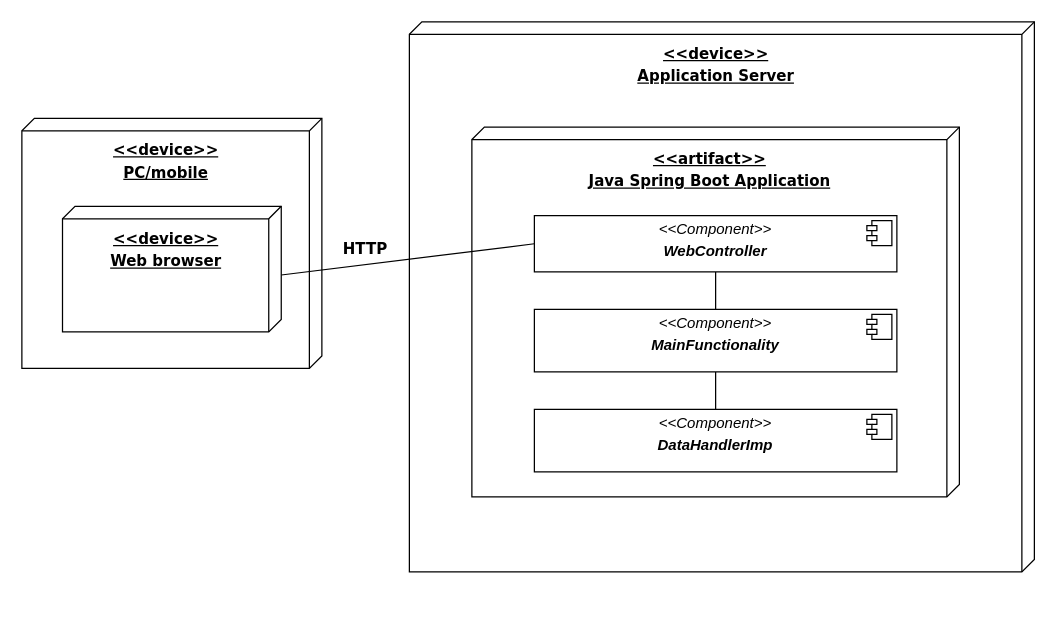
Earlier version of the draw.io diagram Deployment Diagram.drawio (denislavPetkov/PTS). Source tidied: cells renumbered, new cells numbered last; positions are measured from the earlier drawing's top-left corner, leaving out a move shared by most shapes. Both pictures are drawn from the tidied source at 125%, with x=0, y=0 at pixel (21, 21).
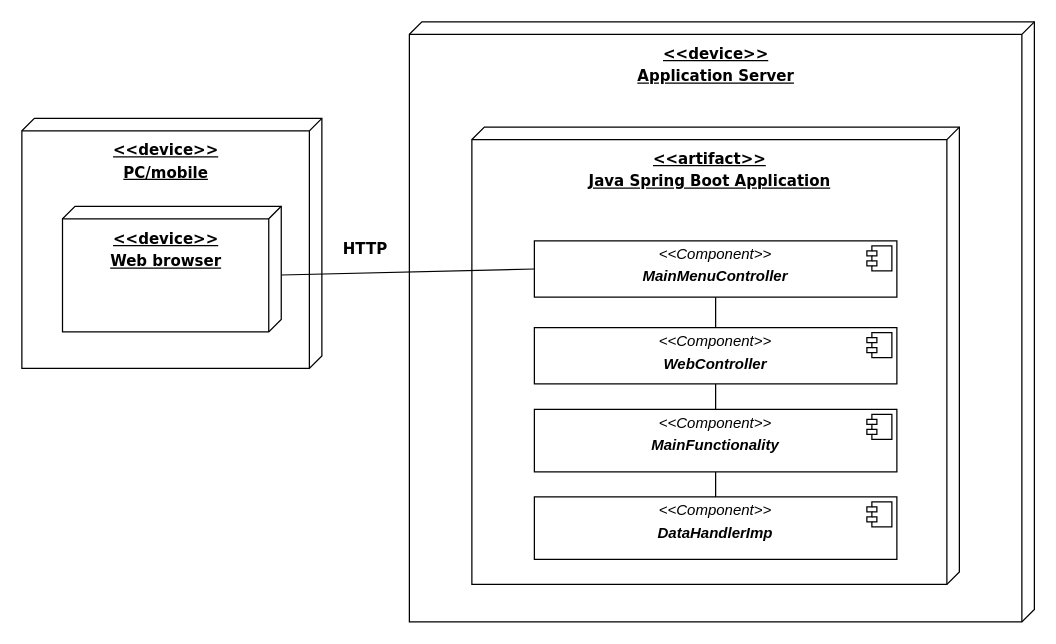
Above is the later version.

Unchanged cells that the change refers to:
```xml
<mxCell id="11" value="&lt;p style=&quot;margin: 4px 0px 0px&quot;&gt;&lt;b&gt;&amp;lt;&amp;lt;device&amp;gt;&amp;gt;&lt;br&gt;&lt;/b&gt;&lt;/p&gt;&lt;p style=&quot;margin: 4px 0px 0px&quot;&gt;&lt;b&gt;Web browser&lt;/b&gt;&lt;/p&gt;&lt;p style=&quot;margin: 0px 0px 0px 8px&quot;&gt;&lt;br style=&quot;font-family: &amp;#34;helvetica&amp;#34; ; text-align: left&quot;&gt;&lt;/p&gt;" style="verticalAlign=top;align=center;spacingTop=8;spacingLeft=2;spacingRight=12;shape=cube;size=10;direction=south;fontStyle=4;html=1;fontFamily=Verdana;" parent="1" vertex="1">
  <mxGeometry x="32.5" y="147.5" width="175" height="100.5" as="geometry" />
</mxCell>
```

The edit, as a diff of the source:
```diff
@@
     <mxCell id="2" value="&lt;p style=&quot;margin: 4px 0px 0px&quot;&gt;&lt;b&gt;&amp;lt;&amp;lt;device&amp;gt;&amp;gt;&lt;br&gt;&lt;/b&gt;&lt;/p&gt;&lt;p style=&quot;margin: 4px 0px 0px&quot;&gt;&lt;b&gt;Application Server&lt;/b&gt;&lt;/p&gt;&lt;p style=&quot;margin: 0px 0px 0px 8px&quot;&gt;&lt;br style=&quot;font-family: &amp;#34;helvetica&amp;#34; ; text-align: left&quot;&gt;&lt;/p&gt;" style="verticalAlign=top;align=center;spacingTop=8;spacingLeft=2;spacingRight=12;shape=cube;size=10;direction=south;fontStyle=4;html=1;fontFamily=Verdana;" parent="1" vertex="1">
-      <mxGeometry x="310" width="500" height="440" as="geometry" />
+      <mxGeometry x="310" width="500" height="480" as="geometry" />
     </mxCell>
     <mxCell id="3" value="&lt;p style=&quot;margin: 4px 0px 0px&quot;&gt;&lt;b&gt;&amp;lt;&amp;lt;artifact&amp;gt;&amp;gt;&lt;br&gt;&lt;/b&gt;&lt;/p&gt;&lt;p style=&quot;margin: 4px 0px 0px&quot;&gt;&lt;b&gt;Java Spring Boot Application&lt;/b&gt;&lt;/p&gt;&lt;p style=&quot;margin: 0px 0px 0px 8px&quot;&gt;&lt;br style=&quot;font-family: &amp;#34;helvetica&amp;#34;&quot;&gt;&lt;/p&gt;" style="verticalAlign=top;align=center;spacingTop=8;spacingLeft=2;spacingRight=12;shape=cube;size=10;direction=south;fontStyle=4;html=1;fontFamily=Verdana;" parent="1" vertex="1">
-      <mxGeometry x="360" y="84.2" width="390" height="295.8" as="geometry" />
+      <mxGeometry x="360" y="84.2" width="390" height="365.8" as="geometry" />
     </mxCell>
     <mxCell id="4" value="&lt;p style=&quot;margin: 4px 0px 0px ; text-align: center&quot;&gt;&lt;i&gt;&amp;lt;&amp;lt;Component&amp;gt;&amp;gt;&lt;/i&gt;&lt;br&gt;&lt;/p&gt;&lt;p style=&quot;margin: 4px 0px 0px ; text-align: center&quot;&gt;&lt;i&gt;&lt;b&gt;WebController&lt;/b&gt;&lt;/i&gt;&lt;/p&gt;&lt;p style=&quot;margin: 0px ; margin-left: 8px&quot;&gt;&lt;br&gt;&lt;/p&gt;" style="align=left;overflow=fill;html=1;" parent="1" vertex="1">
-      <mxGeometry x="410" y="155" width="290" height="45" as="geometry" />
+      <mxGeometry x="410" y="244.6" width="290" height="45" as="geometry" />
     </mxCell>
@@
     <mxCell id="6" value="&lt;p style=&quot;margin: 4px 0px 0px ; text-align: center&quot;&gt;&lt;i&gt;&amp;lt;&amp;lt;Component&amp;gt;&amp;gt;&lt;/i&gt;&lt;br&gt;&lt;/p&gt;&lt;p style=&quot;margin: 4px 0px 0px ; text-align: center&quot;&gt;&lt;i&gt;&lt;b&gt;MainFunctionality&lt;/b&gt;&lt;/i&gt;&lt;/p&gt;&lt;p style=&quot;margin: 0px ; margin-left: 8px&quot;&gt;&lt;br&gt;&lt;/p&gt;" style="align=left;overflow=fill;html=1;" parent="1" vertex="1">
-      <mxGeometry x="410" y="230" width="290" height="50" as="geometry" />
+      <mxGeometry x="410" y="310" width="290" height="50" as="geometry" />
     </mxCell>
@@
-    <mxCell id="9" style="endArrow=none;html=1;rounded=0;fontFamily=Verdana;exitX=0;exitY=0;exitDx=55;exitDy=0;entryX=0;entryY=0.5;entryDx=0;entryDy=0;exitPerimeter=0;" parent="1" edge="1" source="11" target="4">
+    <mxCell id="9" style="endArrow=none;html=1;rounded=0;fontFamily=Verdana;exitX=0;exitY=0;exitDx=55;exitDy=0;entryX=0;entryY=0.5;entryDx=0;entryDy=0;exitPerimeter=0;" parent="1" edge="1" source="11" target="16">
       <mxGeometry relative="1" as="geometry" />
     </mxCell>
@@
     <mxCell id="13" value="&lt;p style=&quot;margin: 4px 0px 0px ; text-align: center&quot;&gt;&lt;i&gt;&amp;lt;&amp;lt;Component&amp;gt;&amp;gt;&lt;/i&gt;&lt;br&gt;&lt;/p&gt;&lt;p style=&quot;margin: 4px 0px 0px ; text-align: center&quot;&gt;&lt;i&gt;&lt;b&gt;DataHandlerImp&lt;/b&gt;&lt;/i&gt;&lt;/p&gt;&lt;p style=&quot;margin: 0px ; margin-left: 8px&quot;&gt;&lt;br&gt;&lt;/p&gt;" style="align=left;overflow=fill;html=1;" parent="1" vertex="1">
-      <mxGeometry x="410" y="310" width="290" height="50" as="geometry" />
+      <mxGeometry x="410" y="380" width="290" height="50" as="geometry" />
     </mxCell>
@@
+    <mxCell id="16" value="&lt;p style=&quot;margin: 4px 0px 0px ; text-align: center&quot;&gt;&lt;i&gt;&amp;lt;&amp;lt;Component&amp;gt;&amp;gt;&lt;/i&gt;&lt;br&gt;&lt;/p&gt;&lt;p style=&quot;margin: 4px 0px 0px ; text-align: center&quot;&gt;&lt;i&gt;&lt;b&gt;MainMenuController&lt;/b&gt;&lt;/i&gt;&lt;/p&gt;&lt;p style=&quot;margin: 0px ; margin-left: 8px&quot;&gt;&lt;br&gt;&lt;/p&gt;" style="align=left;overflow=fill;html=1;" parent="1" vertex="1">
+      <mxGeometry x="410" y="175.2" width="290" height="45" as="geometry" />
+    </mxCell>
+    <mxCell id="17" style="shape=component;jettyWidth=8;jettyHeight=4;" parent="16" vertex="1">
+      <mxGeometry x="1" width="20" height="20" relative="1" as="geometry">
+        <mxPoint x="-24" y="4" as="offset" />
+      </mxGeometry>
+    </mxCell>
+    <mxCell id="18" style="endArrow=none;html=1;rounded=0;fontFamily=Verdana;entryX=0.5;entryY=1;entryDx=0;entryDy=0;exitX=0.5;exitY=0;exitDx=0;exitDy=0;" parent="1" edge="1" source="4" target="16">
+      <mxGeometry relative="1" as="geometry" />
+    </mxCell>
```
